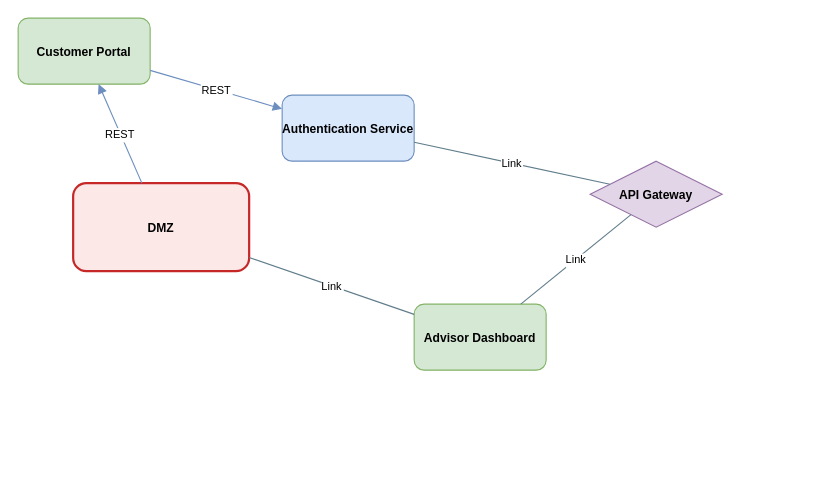
This is diagrams/new-diagram.drawio from jazzwedz/arch-data, a draw.io file, before an edit. Source tidied: cells renumbered, new cells numbered last; positions are measured from the earlier drawing's top-left corner, leaving out a move shared by most shapes. Both pictures are drawn from the tidied source at 110%, with x=0, y=0 at pixel (18, 18).
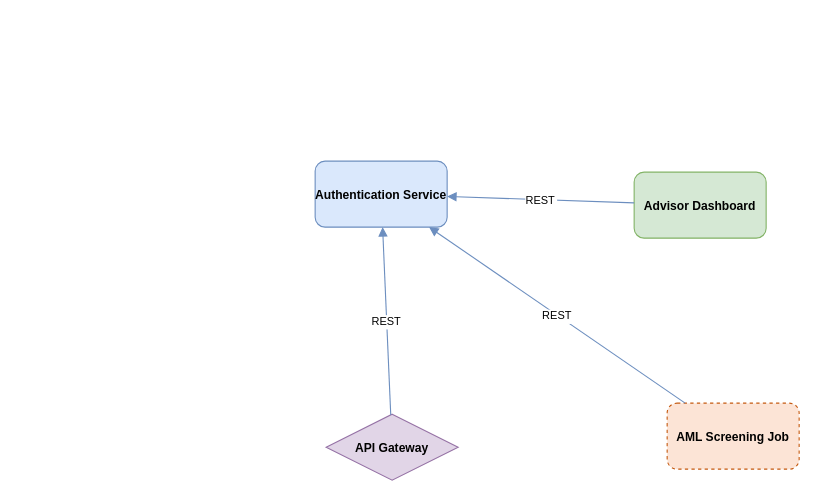
After the change.

The edit, as a diff of the source:
```diff
@@
 <mxGraphModel>
   <root>
     <mxCell id="0" />
     <mxCell id="1" parent="0" />
     <mxCell id="2" value="Authentication Service" style="rounded=1;fillColor=#dae8fc;strokeColor=#6c8ebf;fontStyle=1;fontSize=11;" parent="1" vertex="1">
-      <mxGeometry x="240" y="70" width="120" height="60" as="geometry" />
+      <mxGeometry x="270" y="130" width="120" height="60" as="geometry" />
     </mxCell>
     <mxCell id="3" value="Advisor Dashboard" style="rounded=1;fillColor=#d5e8d4;strokeColor=#82b366;fontStyle=1;fontSize=11;" parent="1" vertex="1">
-      <mxGeometry x="360" y="260" width="120" height="60" as="geometry" />
+      <mxGeometry x="560" y="140" width="120" height="60" as="geometry" />
     </mxCell>
-    <mxCell id="4" value="DMZ" style="rounded=1;fillColor=#fde8e8;strokeColor=#c62828;fontStyle=1;fontSize=11;strokeWidth=2;" parent="1" vertex="1">
-      <mxGeometry x="50" y="150" width="160" height="80" as="geometry" />
+    <mxCell id="4" value="AML Screening Job" style="rounded=1;fillColor=#fce4d6;strokeColor=#c55a11;fontStyle=1;fontSize=11;dashed=1;" parent="1" vertex="1">
+      <mxGeometry x="590" y="350" width="120" height="60" as="geometry" />
     </mxCell>
     <mxCell id="5" value="API Gateway" style="rhombus;fillColor=#e1d5e7;strokeColor=#9673a6;fontStyle=1;fontSize=11;" parent="1" vertex="1">
-      <mxGeometry x="520" y="130" width="120" height="60" as="geometry" />
+      <mxGeometry x="280" y="360" width="120" height="60" as="geometry" />
     </mxCell>
-    <mxCell id="6" value="Customer Portal" style="rounded=1;fillColor=#d5e8d4;strokeColor=#82b366;fontStyle=1;fontSize=11;" parent="1" vertex="1">
-      <mxGeometry width="120" height="60" as="geometry" />
+    <mxCell id="6" value="REST" style="endArrow=block;endFill=1;strokeColor=#6c8ebf;fontSize=10;" parent="1" edge="1" source="3" target="2">
+      <mxGeometry relative="1" as="geometry" />
     </mxCell>
-    <mxCell id="7" value="REST" style="endArrow=block;endFill=1;strokeColor=#6c8ebf;fontSize=10;" parent="1" edge="1" source="4" target="6">
+    <mxCell id="7" value="REST" style="endArrow=block;endFill=1;strokeColor=#6c8ebf;fontSize=10;" parent="1" edge="1" source="5" target="2">
       <mxGeometry relative="1" as="geometry" />
     </mxCell>
-    <mxCell id="8" value="REST" style="endArrow=block;endFill=1;strokeColor=#6c8ebf;fontSize=10;" parent="1" edge="1" source="6" target="2">
+    <mxCell id="8" value="REST" style="endArrow=block;endFill=1;strokeColor=#6c8ebf;fontSize=10;" parent="1" edge="1" source="4" target="2">
       <mxGeometry relative="1" as="geometry" />
     </mxCell>
-    <mxCell id="9" value="Link" style="endArrow=none;strokeColor=#607d8b;fontSize=10;" parent="1" edge="1" source="2" target="5">
-      <mxGeometry relative="1" as="geometry" />
-    </mxCell>
-    <mxCell id="10" value="Link" style="endArrow=none;strokeColor=#607d8b;fontSize=10;" parent="1" edge="1" source="3" target="5">
-      <mxGeometry relative="1" as="geometry" />
-    </mxCell>
-    <mxCell id="11" value="Link" style="endArrow=none;strokeColor=#607d8b;fontSize=10;" parent="1" edge="1" source="3" target="4">
-      <mxGeometry relative="1" as="geometry" />
-    </mxCell>
   </root>
 </mxGraphModel>
```
